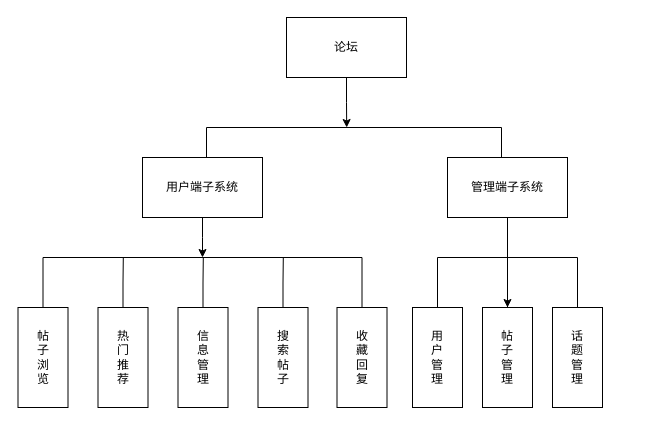
Above: 毕业论文/论坛结构图.drawio in lululuhui/flow-chart-warehouse (draw.io), before the change. Source tidied: cells renumbered, new cells numbered last; positions are measured from the earlier drawing's top-left corner, leaving out a move shared by most shapes. Both pictures are drawn from the tidied source at 100%, with x=0, y=0 at pixel (18, 17).
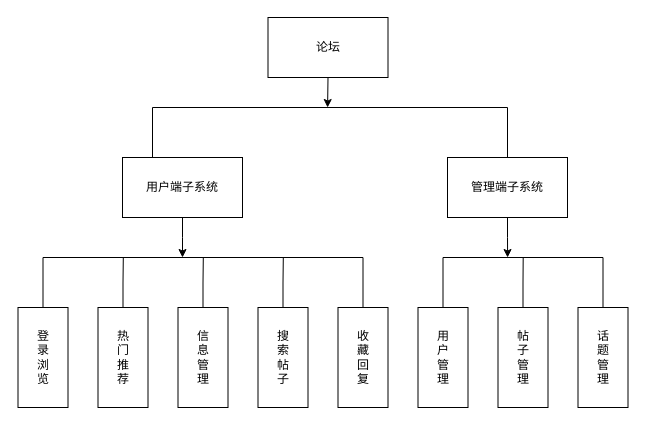
The same diagram, later.

Commit message (it also covers changes not shown here):
Update 论坛结构图.drawio

Unchanged cells that the change refers to:
```xml
<mxCell id="8" value="管理端子系统" style="rounded=0;whiteSpace=wrap;html=1;" parent="1" vertex="1">
  <mxGeometry x="429" y="140" width="120" height="60" as="geometry" />
</mxCell>
```

What changed in the source:
```diff
@@
-    <mxCell id="2" style="edgeStyle=orthogonalEdgeStyle;rounded=0;jettySize=auto;html=1;exitX=0.5;exitY=1;exitDx=0;exitDy=0;endArrow=classic;endFill=1;" parent="1" edge="1" source="3">
-      <mxGeometry relative="1" as="geometry">
-        <mxPoint x="328.2" y="110" as="targetPoint" />
-      </mxGeometry>
-    </mxCell>
+    <mxCell id="23" style="edgeStyle=orthogonalEdgeStyle;rounded=0;jettySize=auto;html=1;exitX=0.5;exitY=1;exitDx=0;exitDy=0;endArrow=classic;endFill=1;elbow=vertical;" parent="1" edge="1" source="3">
+      <mxGeometry relative="1" as="geometry">
+        <mxPoint x="309.1" y="90" as="targetPoint" />
+      </mxGeometry>
+    </mxCell>
     <mxCell id="3" value="论坛" style="rounded=0;whiteSpace=wrap;html=1;" parent="1" vertex="1">
-      <mxGeometry x="268" width="120" height="60" as="geometry" />
+      <mxGeometry x="249.5" width="120" height="60" as="geometry" />
     </mxCell>
-    <mxCell id="4" style="edgeStyle=orthogonalEdgeStyle;rounded=0;orthogonalLoop=1;jettySize=auto;html=1;exitX=0.5;exitY=0;exitDx=0;exitDy=0;endArrow=none;endFill=0;entryX=0.5;entryY=0;entryDx=0;entryDy=0;" parent="1" edge="1">
-      <mxGeometry relative="1" as="geometry">
-        <mxPoint x="188" y="140" as="sourcePoint" />
-        <mxPoint x="493" y="140" as="targetPoint" />
-        <Array as="points">
-          <mxPoint x="188" y="110" />
-          <mxPoint x="483" y="110" />
-        </Array>
-      </mxGeometry>
-    </mxCell>
-    <mxCell id="5" style="edgeStyle=orthogonalEdgeStyle;rounded=0;jettySize=auto;html=1;exitX=0.5;exitY=1;exitDx=0;exitDy=0;endArrow=classic;endFill=1;" parent="1" edge="1" source="6">
-      <mxGeometry relative="1" as="geometry">
-        <mxPoint x="184" y="240" as="targetPoint" />
-      </mxGeometry>
-    </mxCell>
+    <mxCell id="24" style="edgeStyle=orthogonalEdgeStyle;rounded=0;jettySize=auto;html=1;exitX=0.5;exitY=0;exitDx=0;exitDy=0;endArrow=none;endFill=0;elbow=vertical;entryX=0.5;entryY=0;entryDx=0;entryDy=0;" parent="1" edge="1" source="6" target="8">
+      <mxGeometry relative="1" as="geometry">
+        <Array as="points">
+          <mxPoint x="134" y="90" />
+          <mxPoint x="489" y="90" />
+        </Array>
+      </mxGeometry>
+    </mxCell>
+    <mxCell id="25" style="edgeStyle=orthogonalEdgeStyle;rounded=0;jettySize=auto;html=1;exitX=0.5;exitY=1;exitDx=0;exitDy=0;endArrow=classic;endFill=1;elbow=vertical;" parent="1" edge="1" source="6">
+      <mxGeometry relative="1" as="geometry">
+        <mxPoint x="164" y="240" as="targetPoint" />
+      </mxGeometry>
+    </mxCell>
     <mxCell id="6" value="用户端子系统" style="rounded=0;whiteSpace=wrap;html=1;" parent="1" vertex="1">
-      <mxGeometry x="124" y="140" width="120" height="60" as="geometry" />
+      <mxGeometry x="104" y="140" width="120" height="60" as="geometry" />
     </mxCell>
-    <mxCell id="7" style="edgeStyle=orthogonalEdgeStyle;rounded=0;jettySize=auto;html=1;endArrow=classic;endFill=1;" parent="1" edge="1" source="8" target="19">
-      <mxGeometry relative="1" as="geometry" />
-    </mxCell>
+    <mxCell id="26" style="edgeStyle=orthogonalEdgeStyle;rounded=0;jettySize=auto;html=1;exitX=0.5;exitY=1;exitDx=0;exitDy=0;endArrow=classic;endFill=1;elbow=vertical;" parent="1" edge="1" source="8">
+      <mxGeometry relative="1" as="geometry">
+        <mxPoint x="489.1" y="240" as="targetPoint" />
+      </mxGeometry>
+    </mxCell>
@@
-    <mxCell id="10" value="帖&lt;br&gt;子&lt;br&gt;浏&lt;br&gt;览" style="rounded=0;whiteSpace=wrap;html=1;" parent="1" vertex="1">
+    <mxCell id="10" value="登&lt;br&gt;录&lt;br&gt;浏&lt;br&gt;览" style="rounded=0;whiteSpace=wrap;html=1;" parent="1" vertex="1">
       <mxGeometry x="-0.5" y="290" width="50" height="100" as="geometry" />
     </mxCell>
@@
     <mxCell id="13" value="收&lt;br&gt;藏&lt;br&gt;回&lt;br&gt;复" style="rounded=0;whiteSpace=wrap;html=1;" parent="1" vertex="1">
-      <mxGeometry x="318.5" y="290" width="50" height="100" as="geometry" />
+      <mxGeometry x="319.5" y="290" width="50" height="100" as="geometry" />
     </mxCell>
@@
-    <mxCell id="16" style="edgeStyle=orthogonalEdgeStyle;rounded=0;jettySize=auto;html=1;exitX=0.5;exitY=0;exitDx=0;exitDy=0;entryX=0.5;entryY=0;entryDx=0;entryDy=0;endArrow=none;endFill=0;" parent="1" edge="1" source="17" target="20">
+    <mxCell id="16" style="edgeStyle=orthogonalEdgeStyle;rounded=0;jettySize=auto;html=1;exitX=0.5;exitY=0;exitDx=0;exitDy=0;entryX=0.5;entryY=0;entryDx=0;entryDy=0;endArrow=none;endFill=0;elbow=vertical;" parent="1" edge="1" source="17" target="20">
       <mxGeometry relative="1" as="geometry">
         <Array as="points">
-          <mxPoint x="419" y="240" />
-          <mxPoint x="559" y="240" />
+          <mxPoint x="424" y="240" />
+          <mxPoint x="584" y="240" />
         </Array>
       </mxGeometry>
     </mxCell>
     <mxCell id="17" value="用&lt;br&gt;户&lt;br&gt;管&lt;br&gt;理" style="rounded=0;whiteSpace=wrap;html=1;" parent="1" vertex="1">
-      <mxGeometry x="394" y="290" width="50" height="100" as="geometry" />
+      <mxGeometry x="399.5" y="290" width="50" height="100" as="geometry" />
     </mxCell>
-    <mxCell id="18" style="edgeStyle=orthogonalEdgeStyle;rounded=0;jettySize=auto;html=1;exitX=0.5;exitY=0;exitDx=0;exitDy=0;endArrow=none;endFill=0;" parent="1" edge="1" source="19">
-      <mxGeometry relative="1" as="geometry">
-        <mxPoint x="489" y="240" as="targetPoint" />
-      </mxGeometry>
-    </mxCell>
+    <mxCell id="27" style="edgeStyle=orthogonalEdgeStyle;rounded=0;jettySize=auto;html=1;exitX=0.5;exitY=0;exitDx=0;exitDy=0;endArrow=none;endFill=0;elbow=vertical;" parent="1" edge="1" source="19">
+      <mxGeometry relative="1" as="geometry">
+        <mxPoint x="504.7" y="240" as="targetPoint" />
+      </mxGeometry>
+    </mxCell>
     <mxCell id="19" value="帖&lt;br&gt;子&lt;br&gt;管&lt;br&gt;理" style="rounded=0;whiteSpace=wrap;html=1;" parent="1" vertex="1">
-      <mxGeometry x="464" y="290" width="50" height="100" as="geometry" />
+      <mxGeometry x="479.5" y="290" width="50" height="100" as="geometry" />
     </mxCell>
     <mxCell id="20" value="话&lt;br&gt;题&lt;br&gt;管&lt;br&gt;理" style="rounded=0;whiteSpace=wrap;html=1;" parent="1" vertex="1">
-      <mxGeometry x="534" y="290" width="50" height="100" as="geometry" />
+      <mxGeometry x="559.5" y="290" width="50" height="100" as="geometry" />
     </mxCell>
```
